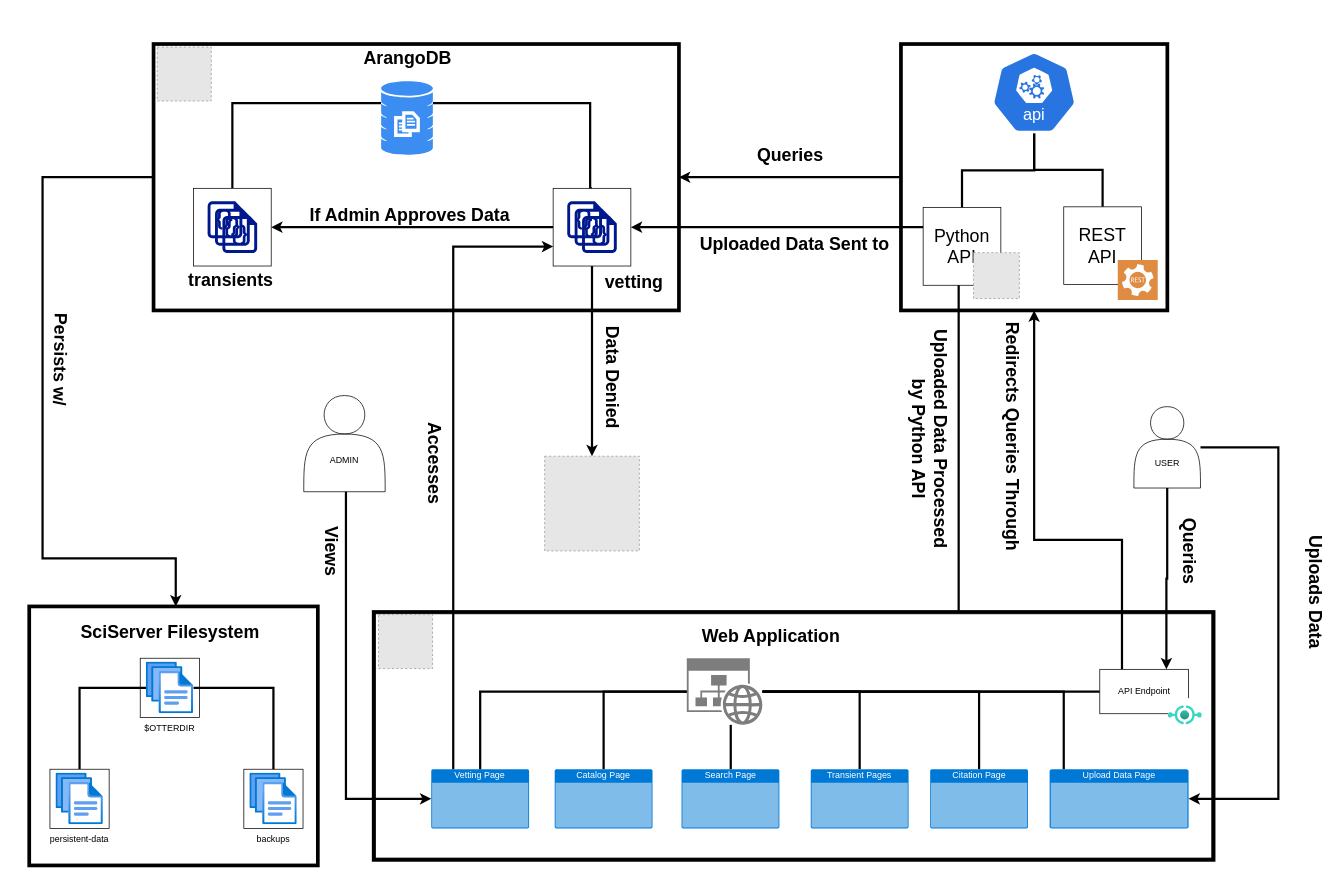
The draw.io diagram page "full-schema-clean" (4 of 4) of data-life-cycle.drawio in astro-otter/otter_schema, before the edit. Source tidied: cells renumbered, new cells numbered last; positions are measured from the earlier drawing's top-left corner, leaving out a move shared by most shapes. Both pictures are drawn from the tidied source at 74%, with x=0, y=0 at pixel (13, 44). Pictures stored in the file or linked from it are replaced by grey dashed boxes.
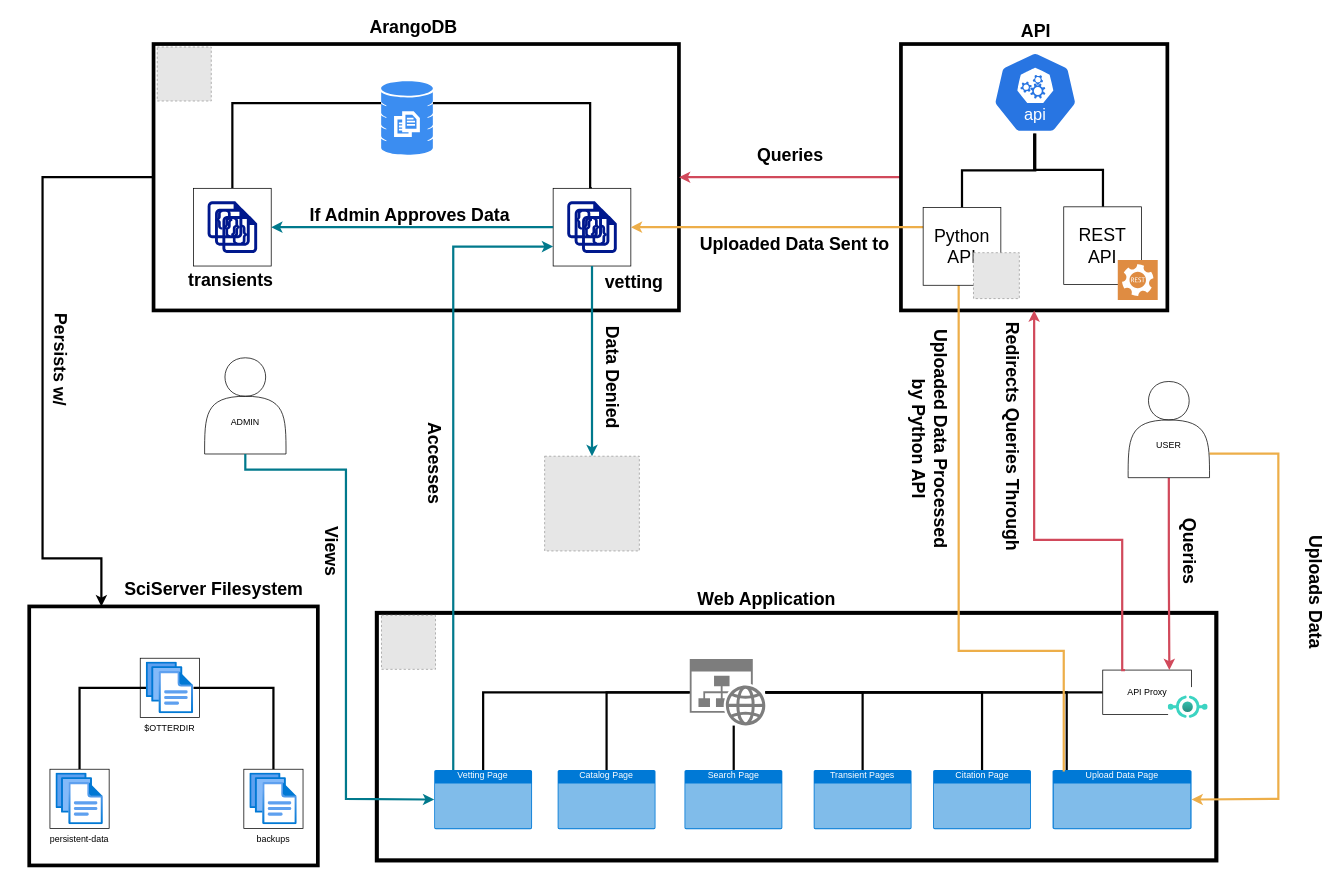
Above is the later version.

Unchanged cells that the change refers to:
```xml
<mxCell id="3" style="group;fillColor=none;" parent="1" vertex="1">
  <mxGeometry x="60" width="950" height="470" as="geometry" />
</mxCell>
<mxCell id="4" style="rounded=0;whiteSpace=wrap;html=1;fillColor=none;strokeColor=light-dark(#000000,#000000);strokeWidth=5;" parent="3" vertex="1">
  <mxGeometry x="130" width="710" height="360" as="geometry" />
</mxCell>
<mxCell id="9" style="whiteSpace=wrap;html=1;fillColor=light-dark(#FFFFFF,#330000);" parent="8" vertex="1">
  <mxGeometry width="105" height="105" as="geometry" />
</mxCell>
<mxCell id="14" style="whiteSpace=wrap;html=1;fillColor=light-dark(#FFFFFF,#330000);" parent="13" vertex="1">
  <mxGeometry width="105" height="105" as="geometry" />
</mxCell>
<mxCell id="36" value="Upload Data Page" style="html=1;whiteSpace=wrap;strokeColor=none;fillColor=#0079D6;labelPosition=center;verticalLabelPosition=middle;verticalAlign=top;align=center;fontSize=12;outlineConnect=0;spacingTop=-6;fontColor=#FFFFFF;sketch=0;shape=mxgraph.sitemap.page;" parent="26" vertex="1">
  <mxGeometry x="910.9" y="210" width="187.8" height="80" as="geometry" />
</mxCell>
<mxCell id="37" value="&lt;div&gt;Vetting Page&lt;/div&gt;" style="html=1;whiteSpace=wrap;strokeColor=none;fillColor=#0079D6;labelPosition=center;verticalLabelPosition=middle;verticalAlign=top;align=center;fontSize=12;outlineConnect=0;spacingTop=-6;fontColor=#FFFFFF;sketch=0;shape=mxgraph.sitemap.page;" parent="26" vertex="1">
  <mxGeometry x="75.3" y="210" width="132.2" height="80" as="geometry" />
</mxCell>
<mxCell id="46" style="group;" parent="1" vertex="1">
  <mxGeometry y="760" width="442" height="350" as="geometry" />
</mxCell>
<mxCell id="47" style="rounded=0;whiteSpace=wrap;html=1;fillColor=light-dark(#FFFFFF,#003366);strokeWidth=5;" parent="46" vertex="1">
  <mxGeometry x="22" width="390" height="350" as="geometry" />
</mxCell>
<mxCell id="65" style="fillColor=#E6E6E6;strokeColor=#999999;dashed=1;html=1;verticalAlign=top;verticalLabelPosition=bottom;labelBackgroundColor=light-dark(#FFFFFF,#FFFFFF);" parent="1" vertex="1">
  <mxGeometry x="718.5" y="557" width="128" height="128" as="geometry" />
</mxCell>
<mxCell id="73" style="whiteSpace=wrap;html=1;fillColor=none;strokeColor=light-dark(#000000,#000000);strokeWidth=5;" parent="1" vertex="1">
  <mxGeometry x="1200" width="360" height="360" as="geometry" />
</mxCell>
<mxCell id="82" value="&lt;font style=&quot;font-size: 24px;&quot;&gt;REST API&lt;/font&gt;" style="whiteSpace=wrap;html=1;fillColor=light-dark(#FFFFFF,#330000);" parent="1" vertex="1">
  <mxGeometry x="1420" y="220" width="105" height="105" as="geometry" />
</mxCell>
```

Diff of the diagram source:
```diff
@@
-    <mxCell id="2" style="edgeStyle=orthogonalEdgeStyle;rounded=0;jettySize=auto;html=1;entryX=1;entryY=0.5;entryDx=0;entryDy=0;strokeWidth=3;" parent="1" edge="1" target="14">
-      <mxGeometry relative="1" as="geometry">
-        <mxPoint x="1420" y="983" as="sourcePoint" />
-        <Array as="points">
-          <mxPoint x="1420" y="820" />
-          <mxPoint x="1278" y="820" />
-          <mxPoint x="1278" y="248" />
-        </Array>
-      </mxGeometry>
-    </mxCell>
@@
-    <mxCell id="20" value="ArangoDB" style="text;strokeColor=none;fillColor=none;html=1;fontSize=24;fontStyle=1;verticalAlign=middle;align=center;" parent="3" vertex="1">
-      <mxGeometry x="422.5" width="100" height="40" as="geometry" />
-    </mxCell>
@@
-    <mxCell id="22" style="edgeStyle=orthogonalEdgeStyle;rounded=0;jettySize=auto;html=1;entryX=1;entryY=0.5;entryDx=0;entryDy=0;strokeWidth=3;" parent="3" edge="1" source="14" target="9">
+    <mxCell id="22" style="edgeStyle=orthogonalEdgeStyle;rounded=0;jettySize=auto;html=1;entryX=1;entryY=0.5;entryDx=0;entryDy=0;strokeWidth=3;strokeColor=#00798C;" parent="3" edge="1" source="14" target="9">
       <mxGeometry relative="1" as="geometry" />
     </mxCell>
@@
-    <mxCell id="25" style="edgeStyle=orthogonalEdgeStyle;rounded=0;jettySize=auto;html=1;strokeWidth=3;" parent="1" edge="1" source="4">
-      <mxGeometry relative="1" as="geometry">
-        <mxPoint x="220" y="760" as="targetPoint" />
-        <Array as="points">
-          <mxPoint x="40" y="180" />
-          <mxPoint x="40" y="695" />
-          <mxPoint x="220" y="695" />
-        </Array>
-      </mxGeometry>
-    </mxCell>
     <mxCell id="26" style="group;strokeColor=default;strokeWidth=10;" parent="1" vertex="1">
-      <mxGeometry x="490" y="770" width="1130" height="330" as="geometry" />
+      <mxGeometry x="494" y="771" width="1130" height="330" as="geometry" />
     </mxCell>
@@
-    <mxCell id="28" value="Web Application" style="text;strokeColor=none;fillColor=none;html=1;fontSize=24;fontStyle=1;verticalAlign=middle;align=center;" parent="26" vertex="1">
-      <mxGeometry x="408.1" y="10" width="251.1" height="40" as="geometry" />
-    </mxCell>
@@
-    <mxCell id="43" value="API Endpoint" style="rounded=0;whiteSpace=wrap;html=1;" parent="26" vertex="1">
+    <mxCell id="43" value="API Proxy" style="rounded=0;whiteSpace=wrap;html=1;" parent="26" vertex="1">
       <mxGeometry x="978.7" y="75" width="120" height="60" as="geometry" />
     </mxCell>
     <mxCell id="44" style="image;html=1;align=center;fontSize=12;image=img/lib/azure2/other/API_Proxy.svg;imageBackground=light-dark(#ffffff, #ededed);" parent="26" vertex="1">
-      <mxGeometry x="1071" y="114" width="46" height="46" as="geometry" />
+      <mxGeometry x="1067" y="98" width="54" height="54" as="geometry" />
     </mxCell>
@@
+    <mxCell id="25" style="edgeStyle=orthogonalEdgeStyle;rounded=0;jettySize=auto;html=1;strokeWidth=3;entryX=0.25;entryY=0;entryDx=0;entryDy=0;" parent="1" edge="1" source="4" target="47">
+      <mxGeometry relative="1" as="geometry">
+        <Array as="points">
+          <mxPoint x="40" y="180" />
+          <mxPoint x="40" y="695" />
+          <mxPoint x="120" y="695" />
+        </Array>
+      </mxGeometry>
+    </mxCell>
@@
-    <mxCell id="52" value="SciServer Filesystem" style="text;strokeColor=none;fillColor=none;html=1;fontSize=24;fontStyle=1;verticalAlign=middle;align=center;" parent="46" vertex="1">
-      <mxGeometry x="162" y="15" width="100" height="40" as="geometry" />
-    </mxCell>
@@
-    <mxCell id="60" style="edgeStyle=orthogonalEdgeStyle;rounded=0;jettySize=auto;html=1;entryX=0.75;entryY=0;entryDx=0;entryDy=0;strokeWidth=3;" parent="1" edge="1" source="61" target="43">
+    <mxCell id="60" style="edgeStyle=orthogonalEdgeStyle;rounded=0;jettySize=auto;html=1;entryX=0.75;entryY=0;entryDx=0;entryDy=0;strokeWidth=3;strokeColor=#D1495B;exitX=0.5;exitY=1;exitDx=0;exitDy=0;" parent="1" edge="1" source="61" target="43">
       <mxGeometry relative="1" as="geometry" />
     </mxCell>
-    <mxCell id="61" value="&lt;div&gt;&lt;br&gt;&lt;/div&gt;&lt;div&gt;&lt;br&gt;&lt;/div&gt;&lt;div&gt;&lt;br&gt;&lt;/div&gt;&lt;div&gt;USER&lt;/div&gt;" style="shape=actor;whiteSpace=wrap;html=1;" parent="1" vertex="1">
-      <mxGeometry x="1514.8" y="490" width="90" height="110" as="geometry" />
-    </mxCell>
-    <mxCell id="62" style="edgeStyle=orthogonalEdgeStyle;rounded=0;jettySize=auto;html=1;entryX=1;entryY=0.5;entryDx=0;entryDy=0;entryPerimeter=0;strokeWidth=3;" parent="1" edge="1" source="61" target="36">
+    <mxCell id="62" style="edgeStyle=orthogonalEdgeStyle;rounded=0;jettySize=auto;html=1;entryX=1;entryY=0.5;entryDx=0;entryDy=0;entryPerimeter=0;strokeWidth=3;strokeColor=light-dark(#EDAE49,#000000);exitX=1;exitY=0.75;exitDx=0;exitDy=0;" parent="1" edge="1" source="61" target="36">
       <mxGeometry relative="1" as="geometry">
         <Array as="points">
-          <mxPoint x="1710" y="545" />
+          <mxPoint x="1710" y="554" />
           <mxPoint x="1710" y="1020" />
+          <mxPoint x="1593" y="1020" />
         </Array>
       </mxGeometry>
     </mxCell>
@@
     <mxCell id="64" value="&lt;div&gt;&lt;br&gt;&lt;/div&gt;&lt;div&gt;&lt;br&gt;&lt;/div&gt;&lt;div&gt;&lt;br&gt;&lt;/div&gt;&lt;div&gt;ADMIN&lt;/div&gt;" style="shape=actor;whiteSpace=wrap;html=1;" parent="1" vertex="1">
-      <mxGeometry x="393" y="475" width="110" height="130" as="geometry" />
+      <mxGeometry x="259" y="424" width="110" height="130" as="geometry" />
     </mxCell>
@@
-    <mxCell id="66" style="edgeStyle=orthogonalEdgeStyle;rounded=0;jettySize=auto;html=1;strokeWidth=3;" parent="1" edge="1" source="14" target="65">
+    <mxCell id="66" style="edgeStyle=orthogonalEdgeStyle;rounded=0;jettySize=auto;html=1;strokeWidth=3;strokeColor=#00798C;" parent="1" edge="1" source="14" target="65">
       <mxGeometry relative="1" as="geometry">
         <Array as="points">
           <mxPoint x="820" y="258" />
         </Array>
       </mxGeometry>
     </mxCell>
-    <mxCell id="67" style="edgeStyle=orthogonalEdgeStyle;rounded=0;jettySize=auto;html=1;entryX=0;entryY=0.5;entryDx=0;entryDy=0;entryPerimeter=0;strokeWidth=3;" parent="1" edge="1" source="64" target="37">
+    <mxCell id="67" style="edgeStyle=orthogonalEdgeStyle;rounded=0;jettySize=auto;html=1;entryX=0;entryY=0.5;entryDx=0;entryDy=0;entryPerimeter=0;strokeWidth=3;strokeColor=#00798C;" parent="1" edge="1" source="64" target="37">
       <mxGeometry relative="1" as="geometry">
         <Array as="points">
           <mxPoint x="450" y="575" />
           <mxPoint x="450" y="1020" />
         </Array>
       </mxGeometry>
     </mxCell>
@@
-    <mxCell id="72" style="edgeStyle=orthogonalEdgeStyle;rounded=0;jettySize=auto;html=1;entryX=1;entryY=0.5;entryDx=0;entryDy=0;strokeWidth=3;" parent="1" edge="1" source="73" target="4">
+    <mxCell id="72" style="edgeStyle=orthogonalEdgeStyle;rounded=0;jettySize=auto;html=1;entryX=1;entryY=0.5;entryDx=0;entryDy=0;strokeWidth=3;strokeColor=#D1495B;" parent="1" edge="1" source="73" target="4">
       <mxGeometry relative="1" as="geometry" />
     </mxCell>
@@
     <mxCell id="74" style="edgeStyle=orthogonalEdgeStyle;rounded=0;jettySize=auto;html=1;endArrow=none;startFill=0;strokeWidth=3;" parent="1" edge="1" source="76" target="82">
-      <mxGeometry relative="1" as="geometry" />
+      <mxGeometry relative="1" as="geometry">
+        <Array as="points">
+          <mxPoint x="1380" y="170" />
+          <mxPoint x="1473" y="170" />
+        </Array>
+      </mxGeometry>
     </mxCell>
@@
     <mxCell id="76" style="sketch=0;html=1;dashed=0;whitespace=wrap;verticalLabelPosition=bottom;verticalAlign=top;fillColor=#2875E2;strokeColor=#ffffff;points=[[0.005,0.63,0],[0.1,0.2,0],[0.9,0.2,0],[0.5,0,0],[0.995,0.63,0],[0.72,0.99,0],[0.5,1,0],[0.28,0.99,0]];shape=mxgraph.kubernetes.icon2;kubernetesLabel=1;prIcon=api;" parent="1" vertex="1">
-      <mxGeometry x="1322.5" y="10" width="115" height="110.4" as="geometry" />
+      <mxGeometry x="1324" y="10" width="115" height="110.4" as="geometry" />
     </mxCell>
@@
-    <mxCell id="79" style="edgeStyle=orthogonalEdgeStyle;rounded=0;jettySize=auto;html=1;exitX=0.25;exitY=0;exitDx=0;exitDy=0;entryX=0.5;entryY=1;entryDx=0;entryDy=0;strokeWidth=3;" parent="1" edge="1" source="43" target="73">
+    <mxCell id="79" style="edgeStyle=orthogonalEdgeStyle;rounded=0;jettySize=auto;html=1;exitX=0.25;exitY=0;exitDx=0;exitDy=0;entryX=0.5;entryY=1;entryDx=0;entryDy=0;strokeWidth=3;strokeColor=#D1495B;" parent="1" edge="1" source="43" target="73">
       <mxGeometry relative="1" as="geometry">
         <Array as="points">
           <mxPoint x="1499" y="670" />
           <mxPoint x="1380" y="670" />
         </Array>
       </mxGeometry>
     </mxCell>
@@
-    <mxCell id="81" value="&lt;div&gt;&lt;font style=&quot;font-size: 24px;&quot;&gt;Python&lt;/font&gt;&lt;/div&gt;&lt;div&gt;&lt;font style=&quot;font-size: 24px;&quot;&gt;API&lt;/font&gt;&lt;/div&gt;" style="whiteSpace=wrap;html=1;fillColor=light-dark(#FFFFFF,#330000);" parent="1" vertex="1">
-      <mxGeometry x="1230" y="221" width="105" height="105" as="geometry" />
-    </mxCell>
@@
-    <mxCell id="83" style="edgeStyle=orthogonalEdgeStyle;rounded=0;jettySize=auto;html=1;entryX=0;entryY=0.75;entryDx=0;entryDy=0;strokeWidth=3;" parent="1" edge="1" source="37" target="14">
+    <mxCell id="83" style="edgeStyle=orthogonalEdgeStyle;rounded=0;jettySize=auto;html=1;entryX=0;entryY=0.75;entryDx=0;entryDy=0;strokeWidth=3;strokeColor=#00798C;" parent="1" edge="1" source="37" target="14">
       <mxGeometry relative="1" as="geometry">
         <Array as="points">
           <mxPoint x="595" y="274" />
         </Array>
       </mxGeometry>
     </mxCell>
@@
+    <mxCell id="86" style="sketch=0;shadow=0;dashed=0;html=1;strokeColor=none;fillColor=#DF8C42;labelPosition=center;verticalLabelPosition=bottom;verticalAlign=top;align=center;shape=mxgraph.veeam2.restful_api;" parent="1" vertex="1">
+      <mxGeometry x="1493" y="292" width="54" height="54" as="geometry" />
+    </mxCell>
+    <mxCell id="2" style="edgeStyle=orthogonalEdgeStyle;rounded=0;jettySize=auto;html=1;entryX=1;entryY=0.5;entryDx=0;entryDy=0;strokeWidth=3;strokeColor=light-dark(#EDAE49,#000000);" parent="1" edge="1" target="14">
+      <mxGeometry relative="1" as="geometry">
+        <mxPoint x="1420" y="983" as="sourcePoint" />
+        <Array as="points">
+          <mxPoint x="1420" y="820" />
+          <mxPoint x="1278" y="820" />
+          <mxPoint x="1278" y="248" />
+        </Array>
+      </mxGeometry>
+    </mxCell>
+    <mxCell id="81" value="&lt;div&gt;&lt;font style=&quot;font-size: 24px;&quot;&gt;Python&lt;/font&gt;&lt;/div&gt;&lt;div&gt;&lt;font style=&quot;font-size: 24px;&quot;&gt;API&lt;/font&gt;&lt;/div&gt;" style="whiteSpace=wrap;html=1;fillColor=light-dark(#FFFFFF,#330000);" parent="1" vertex="1">
+      <mxGeometry x="1230" y="221" width="105" height="105" as="geometry" />
+    </mxCell>
@@
-    <mxCell id="86" style="sketch=0;shadow=0;dashed=0;html=1;strokeColor=none;fillColor=#DF8C42;labelPosition=center;verticalLabelPosition=bottom;verticalAlign=top;align=center;shape=mxgraph.veeam2.restful_api;" parent="1" vertex="1">
-      <mxGeometry x="1493" y="292" width="54" height="54" as="geometry" />
-    </mxCell>
+    <mxCell id="61" value="&lt;div&gt;&lt;br&gt;&lt;/div&gt;&lt;div&gt;&lt;br&gt;&lt;/div&gt;&lt;div&gt;&lt;br&gt;&lt;/div&gt;&lt;div&gt;USER&lt;/div&gt;" style="shape=actor;whiteSpace=wrap;html=1;" parent="1" vertex="1">
+      <mxGeometry x="1507" y="456" width="110" height="130" as="geometry" />
+    </mxCell>
+    <mxCell id="28" value="Web Application" style="text;strokeColor=none;fillColor=none;html=1;fontSize=24;fontStyle=1;verticalAlign=middle;align=center;" parent="1" vertex="1">
+      <mxGeometry x="892" y="730" width="251.1" height="40" as="geometry" />
+    </mxCell>
+    <mxCell id="20" value="ArangoDB" style="text;strokeColor=none;fillColor=none;html=1;fontSize=24;fontStyle=1;verticalAlign=middle;align=center;" parent="1" vertex="1">
+      <mxGeometry x="491" y="-42" width="100" height="40" as="geometry" />
+    </mxCell>
+    <mxCell id="52" value="SciServer Filesystem" style="text;strokeColor=none;fillColor=none;html=1;fontSize=24;fontStyle=1;verticalAlign=middle;align=center;" parent="1" vertex="1">
+      <mxGeometry x="221" y="717" width="100" height="40" as="geometry" />
+    </mxCell>
+    <mxCell id="87" value="API" style="text;strokeColor=none;fillColor=none;html=1;fontSize=24;fontStyle=1;verticalAlign=middle;align=center;" parent="1" vertex="1">
+      <mxGeometry x="1332" y="-37" width="100" height="40" as="geometry" />
+    </mxCell>
```
